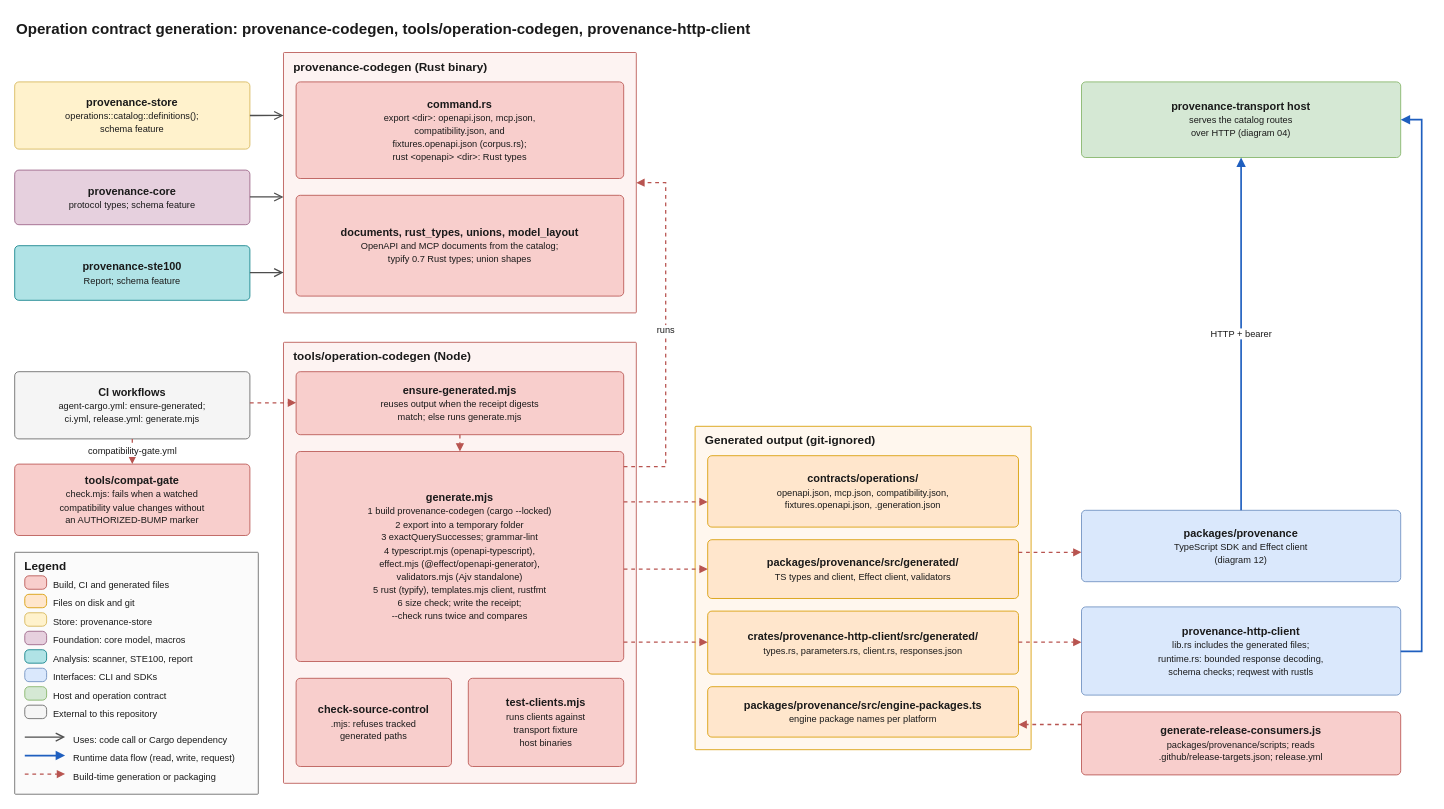
This is docs/architecture/diagrams/11-codegen-and-clients.drawio from quality-sh/provenance, a draw.io file, before an edit. Source tidied: cells renumbered, new cells numbered last; positions are measured from the earlier drawing's top-left corner, leaving out a move shared by most shapes. Both pictures are drawn from the tidied source at 84%, with x=0, y=0 at pixel (14, 14).
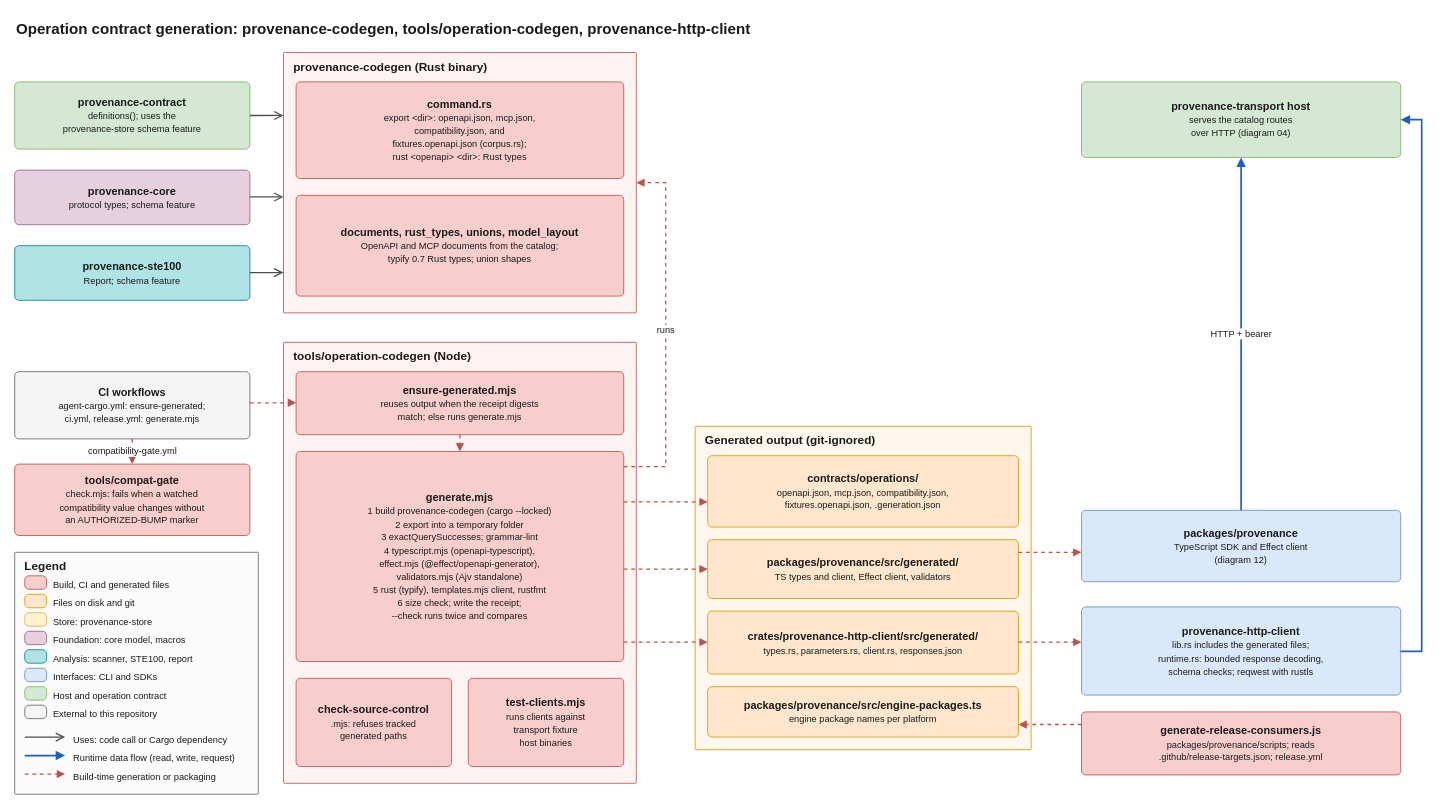
The same page after the edit.

Commit message (it also covers changes not shown here):
Show provenance-contract in the transport and codegen diagrams

The edit, as a diff of the source:
```diff
@@
-    <mxCell id="3" value="&lt;b&gt;provenance-store&lt;/b&gt;&lt;br&gt;&lt;font style=&quot;font-size:11px&quot;&gt;operations::catalog::definitions();&lt;br&gt;schema feature&lt;/font&gt;" style="rounded=1;arcSize=10;absoluteArcSize=1;whiteSpace=wrap;html=1;fillColor=#fff2cc;strokeColor=#d6b656;fontSize=13;fontColor=#1a1a1a;verticalAlign=middle;align=center;spacing=4;" parent="1" vertex="1">
+    <mxCell id="3" value="&lt;b&gt;provenance-contract&lt;/b&gt;&lt;br&gt;&lt;font style=&quot;font-size:11px&quot;&gt;definitions(); uses the&lt;br&gt;provenance-store schema feature&lt;/font&gt;" style="rounded=1;arcSize=10;absoluteArcSize=1;whiteSpace=wrap;html=1;fillColor=#d5e8d4;strokeColor=#82b366;fontSize=13;fontColor=#1a1a1a;verticalAlign=middle;align=center;spacing=4;" parent="1" vertex="1">
       <mxGeometry y="80" width="280" height="80" as="geometry" />
     </mxCell>
```
